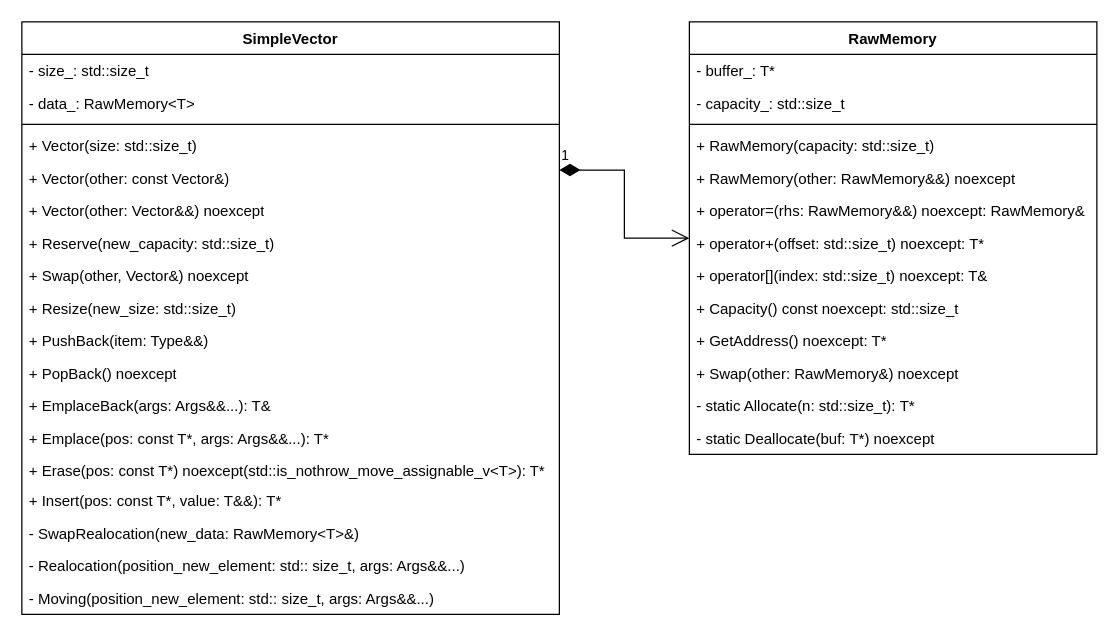
Above: uml-advanced-vector.drawio in Seredenko-V/cpp-advanced-vector (draw.io), before the change. Source tidied: cells renumbered, new cells numbered last; positions are measured from the earlier drawing's top-left corner, leaving out a move shared by most shapes. Both pictures are drawn from the tidied source at 125%, with x=0, y=0 at pixel (21, 21).
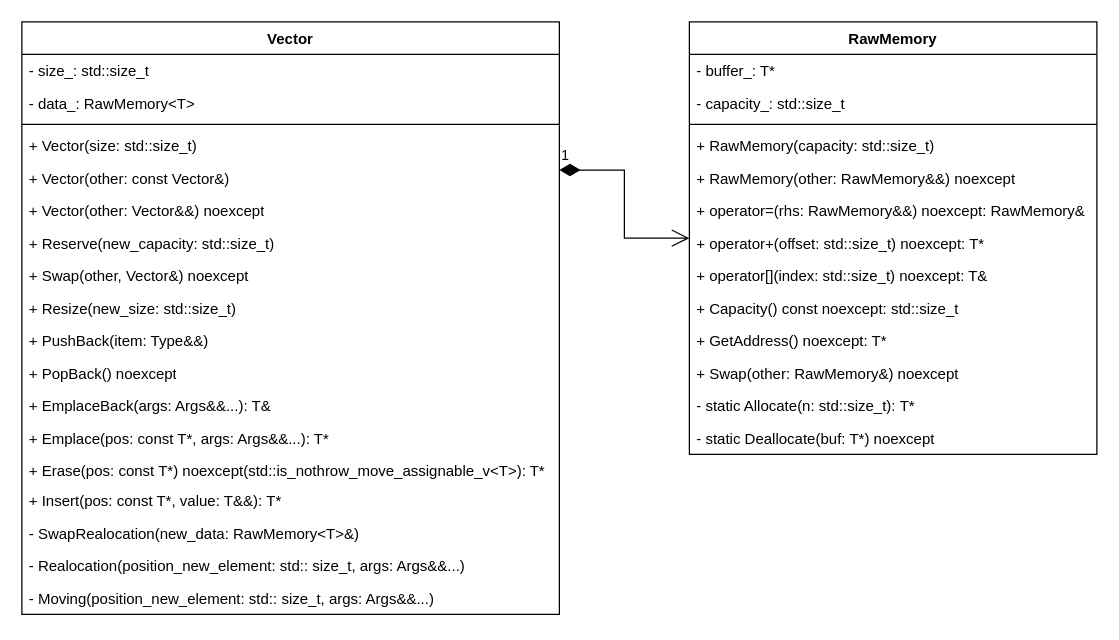
The same diagram, later.

Commit message (it also covers changes not shown here):
Исправлено название класса в UML + добавлена UML в readme

The edit, as a diff of the source:
```diff
@@
-    <mxCell id="2" value="SimpleVector" style="swimlane;fontStyle=1;align=center;verticalAlign=top;horizontal=1;startSize=26;whiteSpace=wrap;html=1;" parent="1" vertex="1">
+    <mxCell id="2" value="Vector" style="swimlane;fontStyle=1;align=center;verticalAlign=top;horizontal=1;startSize=26;whiteSpace=wrap;html=1;" parent="1" vertex="1">
       <mxGeometry width="430" height="474" as="geometry" />
     </mxCell>
```
